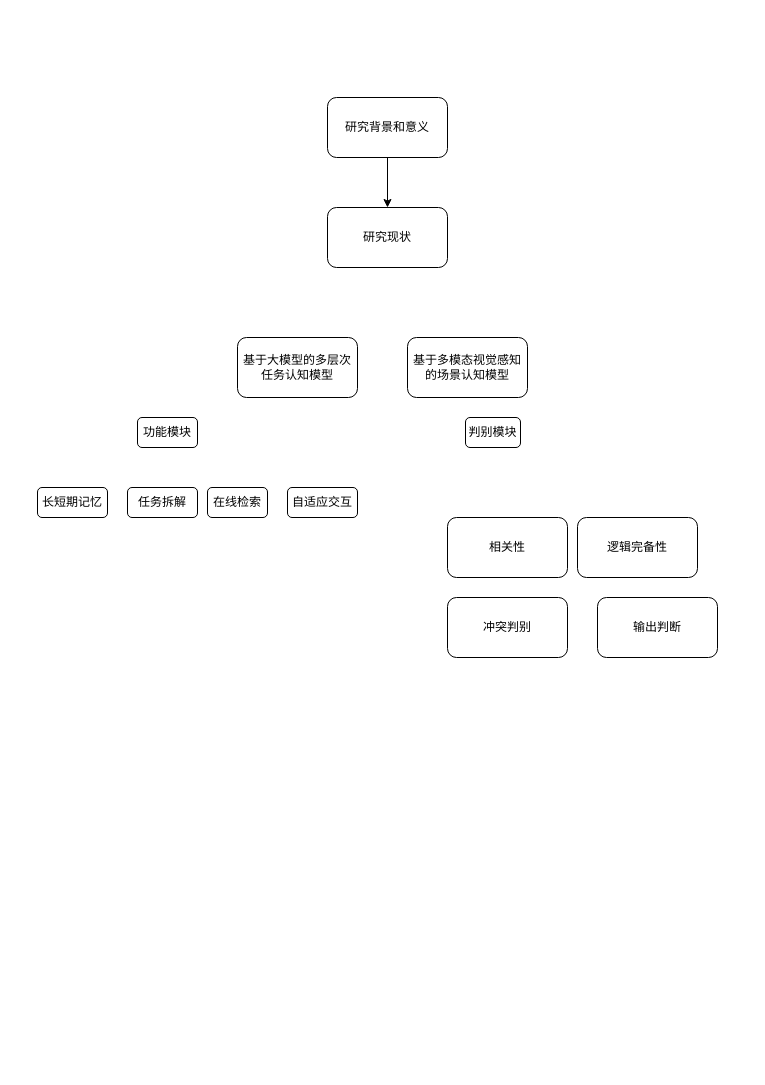
Above: 技术路线图.drawio in abigfreshman/abigfreshman (draw.io), before the change. Source tidied: cells renumbered, new cells numbered last; positions are measured from the earlier drawing's top-left corner, leaving out a move shared by most shapes. Both pictures are drawn from the tidied source at 100%, with x=0, y=0 at pixel (37, 97).
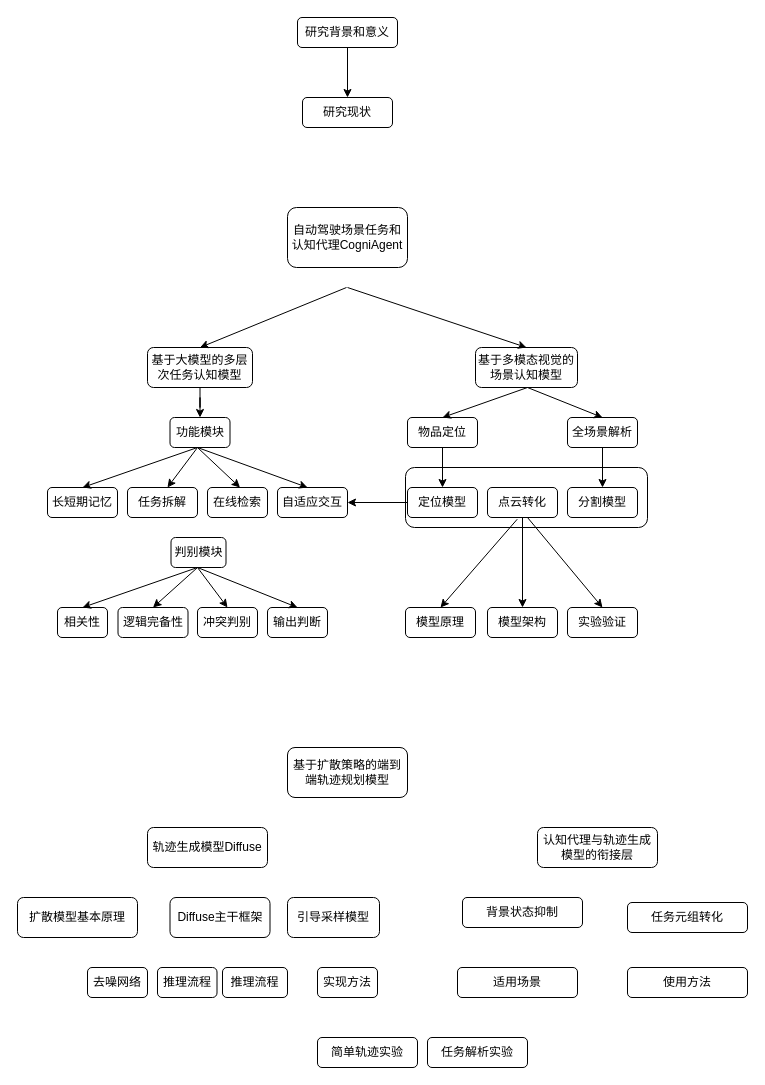
The same diagram, later.

Commit message (it also covers changes not shown here):
Update 技术路线图.drawio

The change refers to these unchanged cells:
```xml
<mxCell id="10" value="任务拆解" style="rounded=1;whiteSpace=wrap;html=1;" parent="1" vertex="1">
  <mxGeometry x="90" y="390" width="70" height="30" as="geometry" />
</mxCell>
```

Diff of the diagram source:
```diff
@@
+    <mxCell id="17" style="rounded=1;whiteSpace=wrap;html=1;" parent="1" vertex="1">
+      <mxGeometry x="368" y="370" width="242" height="60" as="geometry" />
+    </mxCell>
@@
     <mxCell id="3" value="研究背景和意义" style="rounded=1;whiteSpace=wrap;html=1;" parent="1" vertex="1">
-      <mxGeometry x="290" width="120" height="60" as="geometry" />
+      <mxGeometry x="260" y="-80" width="100" height="30" as="geometry" />
     </mxCell>
     <mxCell id="4" value="研究现状" style="whiteSpace=wrap;html=1;rounded=1;" parent="1" vertex="1">
-      <mxGeometry x="290" y="110" width="120" height="60" as="geometry" />
+      <mxGeometry x="265" width="90" height="30" as="geometry" />
     </mxCell>
+    <mxCell id="18" style="edgeStyle=orthogonalEdgeStyle;rounded=0;jettySize=auto;html=1;entryX=0.5;entryY=0;entryDx=0;entryDy=0;" parent="1" edge="1" source="5" target="7">
+      <mxGeometry relative="1" as="geometry" />
+    </mxCell>
     <mxCell id="5" value="基于大模型的多层次任务认知模型" style="rounded=1;whiteSpace=wrap;html=1;" parent="1" vertex="1">
-      <mxGeometry x="200" y="240" width="120" height="60" as="geometry" />
+      <mxGeometry x="110" y="250" width="105" height="40" as="geometry" />
     </mxCell>
-    <mxCell id="6" value="基于多模态视觉感知的场景认知模型" style="rounded=1;whiteSpace=wrap;html=1;" parent="1" vertex="1">
-      <mxGeometry x="370" y="240" width="120" height="60" as="geometry" />
+    <mxCell id="6" value="基于多模态视觉的场景认知模型" style="rounded=1;whiteSpace=wrap;html=1;" parent="1" vertex="1">
+      <mxGeometry x="438" y="250" width="102" height="40" as="geometry" />
     </mxCell>
     <mxCell id="7" value="功能模块" style="rounded=1;whiteSpace=wrap;html=1;" parent="1" vertex="1">
-      <mxGeometry x="100" y="320" width="60" height="30" as="geometry" />
+      <mxGeometry x="132.5" y="320" width="60" height="30" as="geometry" />
     </mxCell>
     <mxCell id="8" value="判别模块" style="rounded=1;whiteSpace=wrap;html=1;" parent="1" vertex="1">
-      <mxGeometry x="428" y="320" width="55" height="30" as="geometry" />
+      <mxGeometry x="133.5" y="440" width="55" height="30" as="geometry" />
     </mxCell>
     <mxCell id="9" value="长短期记忆" style="rounded=1;whiteSpace=wrap;html=1;" parent="1" vertex="1">
-      <mxGeometry y="390" width="70" height="30" as="geometry" />
+      <mxGeometry x="10" y="390" width="70" height="30" as="geometry" />
     </mxCell>
@@
     <mxCell id="12" value="自适应交互" style="rounded=1;whiteSpace=wrap;html=1;" parent="1" vertex="1">
-      <mxGeometry x="250" y="390" width="70" height="30" as="geometry" />
+      <mxGeometry x="240" y="390" width="70" height="30" as="geometry" />
     </mxCell>
     <mxCell id="13" value="相关性" style="rounded=1;whiteSpace=wrap;html=1;" parent="1" vertex="1">
-      <mxGeometry x="410" y="420" width="120" height="60" as="geometry" />
+      <mxGeometry x="20" y="510" width="50" height="30" as="geometry" />
     </mxCell>
     <mxCell id="14" value="逻辑完备性" style="rounded=1;whiteSpace=wrap;html=1;" parent="1" vertex="1">
-      <mxGeometry x="540" y="420" width="120" height="60" as="geometry" />
+      <mxGeometry x="80.5" y="510" width="70" height="30" as="geometry" />
     </mxCell>
     <mxCell id="15" value="输出判断" style="rounded=1;whiteSpace=wrap;html=1;" parent="1" vertex="1">
-      <mxGeometry x="560" y="500" width="120" height="60" as="geometry" />
+      <mxGeometry x="230" y="510" width="60" height="30" as="geometry" />
     </mxCell>
     <mxCell id="16" value="冲突判别" style="rounded=1;whiteSpace=wrap;html=1;" parent="1" vertex="1">
-      <mxGeometry x="410" y="500" width="120" height="60" as="geometry" />
+      <mxGeometry x="160" y="510" width="60" height="30" as="geometry" />
     </mxCell>
+    <mxCell id="19" style="endArrow=classic;html=1;rounded=0;entryX=0.5;entryY=0;entryDx=0;entryDy=0;" parent="1" edge="1" target="6">
+      <mxGeometry relative="1" as="geometry">
+        <mxPoint x="310" y="190" as="sourcePoint" />
+      </mxGeometry>
+    </mxCell>
+    <mxCell id="20" style="endArrow=classic;html=1;rounded=0;entryX=0.5;entryY=0;entryDx=0;entryDy=0;" parent="1" edge="1" target="5">
+      <mxGeometry relative="1" as="geometry">
+        <mxPoint x="309" y="190" as="sourcePoint" />
+      </mxGeometry>
+    </mxCell>
+    <mxCell id="21" style="endArrow=classic;html=1;rounded=0;entryX=0.571;entryY=0;entryDx=0;entryDy=0;entryPerimeter=0;" parent="1" edge="1" target="10">
+      <mxGeometry relative="1" as="geometry">
+        <mxPoint x="160" y="350" as="sourcePoint" />
+      </mxGeometry>
+    </mxCell>
+    <mxCell id="22" style="endArrow=classic;html=1;rounded=0;entryX=0.571;entryY=0;entryDx=0;entryDy=0;entryPerimeter=0;" parent="1" edge="1">
+      <mxGeometry relative="1" as="geometry">
+        <mxPoint x="160" y="350" as="sourcePoint" />
+        <mxPoint x="202.5" y="390" as="targetPoint" />
+      </mxGeometry>
+    </mxCell>
+    <mxCell id="23" style="endArrow=classic;html=1;rounded=0;entryX=0.5;entryY=0;entryDx=0;entryDy=0;" parent="1" edge="1" target="9">
+      <mxGeometry relative="1" as="geometry">
+        <mxPoint x="160" y="350" as="sourcePoint" />
+      </mxGeometry>
+    </mxCell>
+    <mxCell id="24" style="endArrow=classic;html=1;rounded=0;entryX=0.429;entryY=0;entryDx=0;entryDy=0;entryPerimeter=0;" parent="1" edge="1" target="12">
+      <mxGeometry relative="1" as="geometry">
+        <mxPoint x="160" y="350" as="sourcePoint" />
+      </mxGeometry>
+    </mxCell>
+    <mxCell id="25" style="endArrow=classic;html=1;rounded=0;entryX=0.5;entryY=0;entryDx=0;entryDy=0;" parent="1" edge="1" target="15">
+      <mxGeometry relative="1" as="geometry">
+        <mxPoint x="160" y="470" as="sourcePoint" />
+      </mxGeometry>
+    </mxCell>
+    <mxCell id="26" style="endArrow=classic;html=1;rounded=0;entryX=0.5;entryY=0;entryDx=0;entryDy=0;" parent="1" edge="1" target="16">
+      <mxGeometry relative="1" as="geometry">
+        <mxPoint x="160" y="470" as="sourcePoint" />
+      </mxGeometry>
+    </mxCell>
+    <mxCell id="27" style="endArrow=classic;html=1;rounded=0;entryX=0.5;entryY=0;entryDx=0;entryDy=0;" parent="1" edge="1" target="14">
+      <mxGeometry relative="1" as="geometry">
+        <mxPoint x="160" y="470" as="sourcePoint" />
+      </mxGeometry>
+    </mxCell>
+    <mxCell id="28" style="endArrow=classic;html=1;rounded=0;entryX=0.5;entryY=0;entryDx=0;entryDy=0;" parent="1" edge="1" target="13">
+      <mxGeometry relative="1" as="geometry">
+        <mxPoint x="160" y="470" as="sourcePoint" />
+      </mxGeometry>
+    </mxCell>
+    <mxCell id="29" style="edgeStyle=orthogonalEdgeStyle;rounded=0;jettySize=auto;html=1;" parent="1" edge="1" source="30" target="35">
+      <mxGeometry relative="1" as="geometry" />
+    </mxCell>
+    <mxCell id="30" value="物品定位" style="rounded=1;whiteSpace=wrap;html=1;" parent="1" vertex="1">
+      <mxGeometry x="370" y="320" width="70" height="30" as="geometry" />
+    </mxCell>
+    <mxCell id="31" style="edgeStyle=orthogonalEdgeStyle;rounded=0;jettySize=auto;html=1;entryX=0.5;entryY=0;entryDx=0;entryDy=0;" parent="1" edge="1" source="32" target="33">
+      <mxGeometry relative="1" as="geometry" />
+    </mxCell>
+    <mxCell id="32" value="全场景解析" style="rounded=1;whiteSpace=wrap;html=1;" parent="1" vertex="1">
+      <mxGeometry x="530" y="320" width="70" height="30" as="geometry" />
+    </mxCell>
+    <mxCell id="33" value="分割模型" style="rounded=1;whiteSpace=wrap;html=1;" parent="1" vertex="1">
+      <mxGeometry x="530" y="390" width="70" height="30" as="geometry" />
+    </mxCell>
+    <mxCell id="34" style="edgeStyle=orthogonalEdgeStyle;rounded=0;jettySize=auto;html=1;entryX=1;entryY=0.5;entryDx=0;entryDy=0;" parent="1" edge="1" source="35" target="12">
+      <mxGeometry relative="1" as="geometry" />
+    </mxCell>
+    <mxCell id="35" value="定位模型" style="rounded=1;whiteSpace=wrap;html=1;" parent="1" vertex="1">
+      <mxGeometry x="370" y="390" width="70" height="30" as="geometry" />
+    </mxCell>
+    <mxCell id="36" style="edgeStyle=orthogonalEdgeStyle;rounded=0;jettySize=auto;html=1;entryX=0.5;entryY=0;entryDx=0;entryDy=0;" parent="1" edge="1" source="37" target="42">
+      <mxGeometry relative="1" as="geometry" />
+    </mxCell>
+    <mxCell id="37" value="点云转化" style="rounded=1;whiteSpace=wrap;html=1;" parent="1" vertex="1">
+      <mxGeometry x="450" y="390" width="70" height="30" as="geometry" />
+    </mxCell>
+    <mxCell id="38" value="模型原理" style="rounded=1;whiteSpace=wrap;html=1;" parent="1" vertex="1">
+      <mxGeometry x="368" y="510" width="70" height="30" as="geometry" />
+    </mxCell>
+    <mxCell id="39" value="实验验证" style="rounded=1;whiteSpace=wrap;html=1;" parent="1" vertex="1">
+      <mxGeometry x="530" y="510" width="70" height="30" as="geometry" />
+    </mxCell>
+    <mxCell id="40" style="endArrow=classic;html=1;rounded=0;entryX=0.5;entryY=0;entryDx=0;entryDy=0;" parent="1" edge="1" target="32">
+      <mxGeometry relative="1" as="geometry">
+        <mxPoint x="490" y="290" as="sourcePoint" />
+      </mxGeometry>
+    </mxCell>
+    <mxCell id="41" style="endArrow=classic;html=1;rounded=0;entryX=0.5;entryY=0;entryDx=0;entryDy=0;" parent="1" edge="1" target="30">
+      <mxGeometry relative="1" as="geometry">
+        <mxPoint x="490" y="290" as="sourcePoint" />
+      </mxGeometry>
+    </mxCell>
+    <mxCell id="42" value="模型架构" style="rounded=1;whiteSpace=wrap;html=1;" parent="1" vertex="1">
+      <mxGeometry x="450" y="510" width="70" height="30" as="geometry" />
+    </mxCell>
+    <mxCell id="43" style="endArrow=classic;html=1;rounded=0;entryX=0.5;entryY=0;entryDx=0;entryDy=0;" parent="1" edge="1" target="39">
+      <mxGeometry relative="1" as="geometry">
+        <mxPoint x="490" y="420" as="sourcePoint" />
+      </mxGeometry>
+    </mxCell>
+    <mxCell id="44" style="endArrow=classic;html=1;rounded=0;entryX=0.5;entryY=0;entryDx=0;entryDy=0;exitX=0.425;exitY=1.057;exitDx=0;exitDy=0;exitPerimeter=0;" parent="1" edge="1" source="37" target="38">
+      <mxGeometry relative="1" as="geometry" />
+    </mxCell>
+    <mxCell id="45" value="基于扩散策略的端到端轨迹规划模型" style="rounded=1;whiteSpace=wrap;html=1;" parent="1" vertex="1">
+      <mxGeometry x="250" y="650" width="120" height="50" as="geometry" />
+    </mxCell>
+    <mxCell id="46" value="轨迹生成模型Diffuse" style="whiteSpace=wrap;html=1;rounded=1;" parent="1" vertex="1">
+      <mxGeometry x="110" y="730" width="120" height="40" as="geometry" />
+    </mxCell>
+    <mxCell id="47" value="认知代理与轨迹生成模型的衔接层" style="whiteSpace=wrap;html=1;rounded=1;" parent="1" vertex="1">
+      <mxGeometry x="500" y="730" width="120" height="40" as="geometry" />
+    </mxCell>
+    <mxCell id="48" value="扩散模型基本原理" style="whiteSpace=wrap;html=1;rounded=1;" parent="1" vertex="1">
+      <mxGeometry x="-20" y="800" width="120" height="40" as="geometry" />
+    </mxCell>
+    <mxCell id="49" value="Diffuse主干框架" style="whiteSpace=wrap;html=1;rounded=1;" parent="1" vertex="1">
+      <mxGeometry x="132.5" y="800" width="100" height="40" as="geometry" />
+    </mxCell>
+    <mxCell id="50" value="引导采样模型" style="whiteSpace=wrap;html=1;rounded=1;" parent="1" vertex="1">
+      <mxGeometry x="250" y="800" width="92" height="40" as="geometry" />
+    </mxCell>
+    <mxCell id="51" value="自动驾驶场景任务和认知代理CogniAgent" style="rounded=1;whiteSpace=wrap;html=1;" parent="1" vertex="1">
+      <mxGeometry x="250" y="110" width="120" height="60" as="geometry" />
+    </mxCell>
+    <mxCell id="52" value="去噪网络" style="whiteSpace=wrap;html=1;rounded=1;" parent="1" vertex="1">
+      <mxGeometry x="50" y="870" width="60" height="30" as="geometry" />
+    </mxCell>
+    <mxCell id="53" value="推理流程" style="whiteSpace=wrap;html=1;rounded=1;" parent="1" vertex="1">
+      <mxGeometry x="120" y="870" width="59.5" height="30" as="geometry" />
+    </mxCell>
+    <mxCell id="54" value="推理流程" style="whiteSpace=wrap;html=1;rounded=1;" parent="1" vertex="1">
+      <mxGeometry x="185" y="870" width="65" height="30" as="geometry" />
+    </mxCell>
+    <mxCell id="55" value="实现方法" style="whiteSpace=wrap;html=1;rounded=1;" parent="1" vertex="1">
+      <mxGeometry x="280" y="870" width="60" height="30" as="geometry" />
+    </mxCell>
+    <mxCell id="56" value="背景状态抑制" style="whiteSpace=wrap;html=1;rounded=1;" parent="1" vertex="1">
+      <mxGeometry x="425" y="800" width="120" height="30" as="geometry" />
+    </mxCell>
+    <mxCell id="57" value="任务元组转化" style="whiteSpace=wrap;html=1;rounded=1;" parent="1" vertex="1">
+      <mxGeometry x="590" y="805" width="120" height="30" as="geometry" />
+    </mxCell>
+    <mxCell id="58" value="适用场景" style="whiteSpace=wrap;html=1;rounded=1;" parent="1" vertex="1">
+      <mxGeometry x="420" y="870" width="120" height="30" as="geometry" />
+    </mxCell>
+    <mxCell id="59" value="使用方法" style="whiteSpace=wrap;html=1;rounded=1;" parent="1" vertex="1">
+      <mxGeometry x="590" y="870" width="120" height="30" as="geometry" />
+    </mxCell>
+    <mxCell id="60" value="简单轨迹实验" style="rounded=1;whiteSpace=wrap;html=1;" parent="1" vertex="1">
+      <mxGeometry x="280" y="940" width="100" height="30" as="geometry" />
+    </mxCell>
+    <mxCell id="61" value="任务解析实验" style="rounded=1;whiteSpace=wrap;html=1;" parent="1" vertex="1">
+      <mxGeometry x="390" y="940" width="100" height="30" as="geometry" />
+    </mxCell>
```
